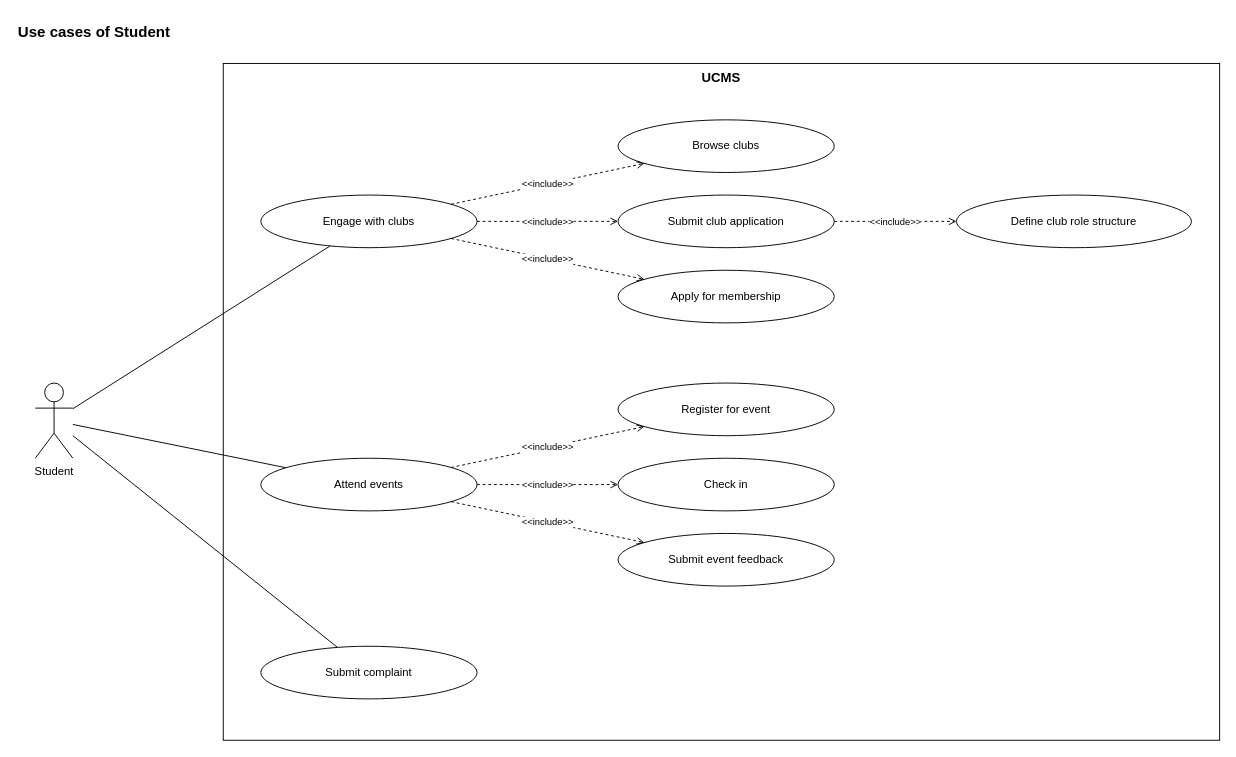
Earlier version of the draw.io diagram page "Student" (2 of 9) of docs/03-diagrams/UCMS_UseCase_ByActor.drawio (nvdekay/ClubManagementSystem). Source tidied: cells renumbered, new cells numbered last; positions are measured from the earlier drawing's top-left corner, leaving out a move shared by most shapes. Both pictures are drawn from the tidied source at 94%, with x=0, y=0 at pixel (16, 16).
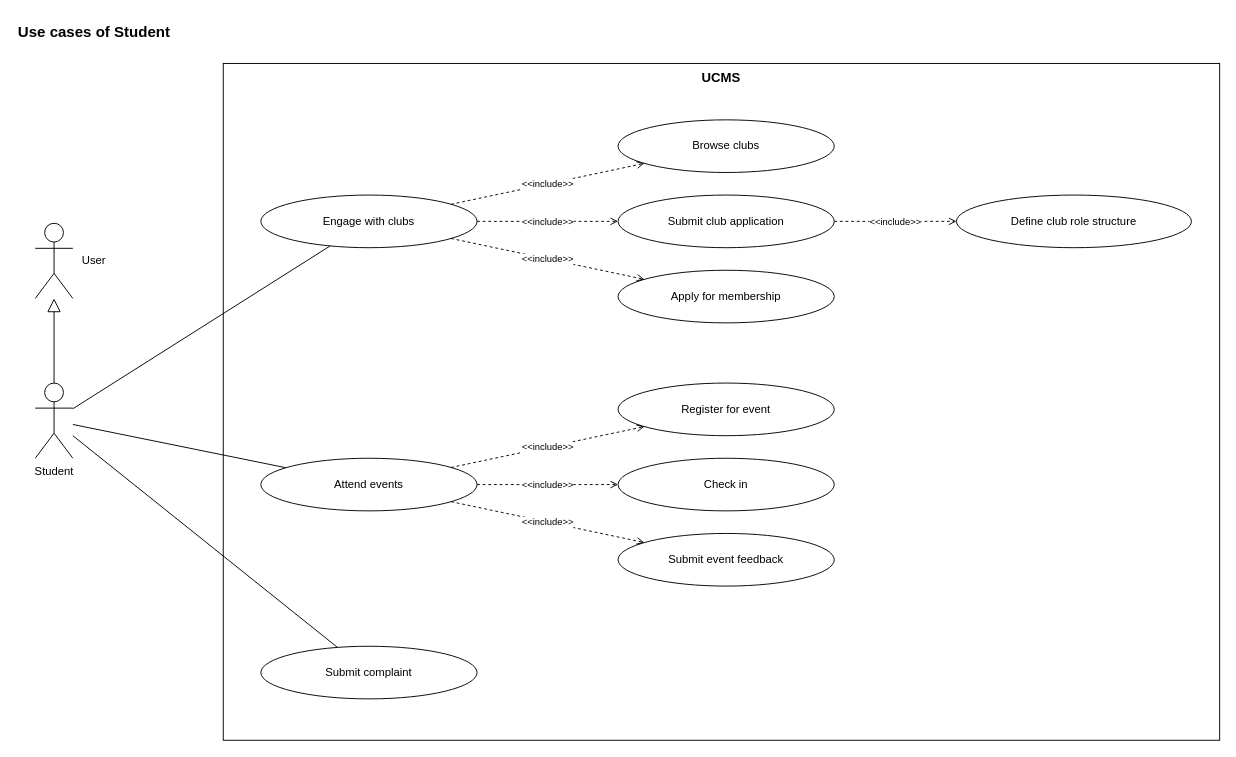
The same page after the edit.

The change refers to these unchanged cells:
```xml
<mxCell id="4" value="Student" style="shape=umlActor;verticalLabelPosition=bottom;verticalAlign=top;html=1;outlineConnect=0;fillColor=#ffffff;strokeColor=#000000;" parent="1" vertex="1">
  <mxGeometry x="20" y="390" width="40" height="80" as="geometry" />
</mxCell>
```

What changed in the source:
```diff
@@
+    <mxCell id="25" value="User" style="shape=umlActor;verticalLabelPosition=middle;verticalAlign=middle;labelPosition=right;align=left;spacingLeft=8;html=1;outlineConnect=0;fillColor=#ffffff;strokeColor=#000000;fontSize=12;" parent="1" vertex="1">
+      <mxGeometry x="20" y="220" width="40" height="80" as="geometry" />
+    </mxCell>
+    <mxCell id="26" style="endArrow=block;endFill=0;endSize=12;html=1;strokeColor=#000000;dashed=0;exitX=0.5;exitY=0;exitDx=0;exitDy=0;entryX=0.5;entryY=1;entryDx=0;entryDy=0;" parent="1" edge="1" source="4" target="25">
+      <mxGeometry relative="1" as="geometry" />
+    </mxCell>
```
